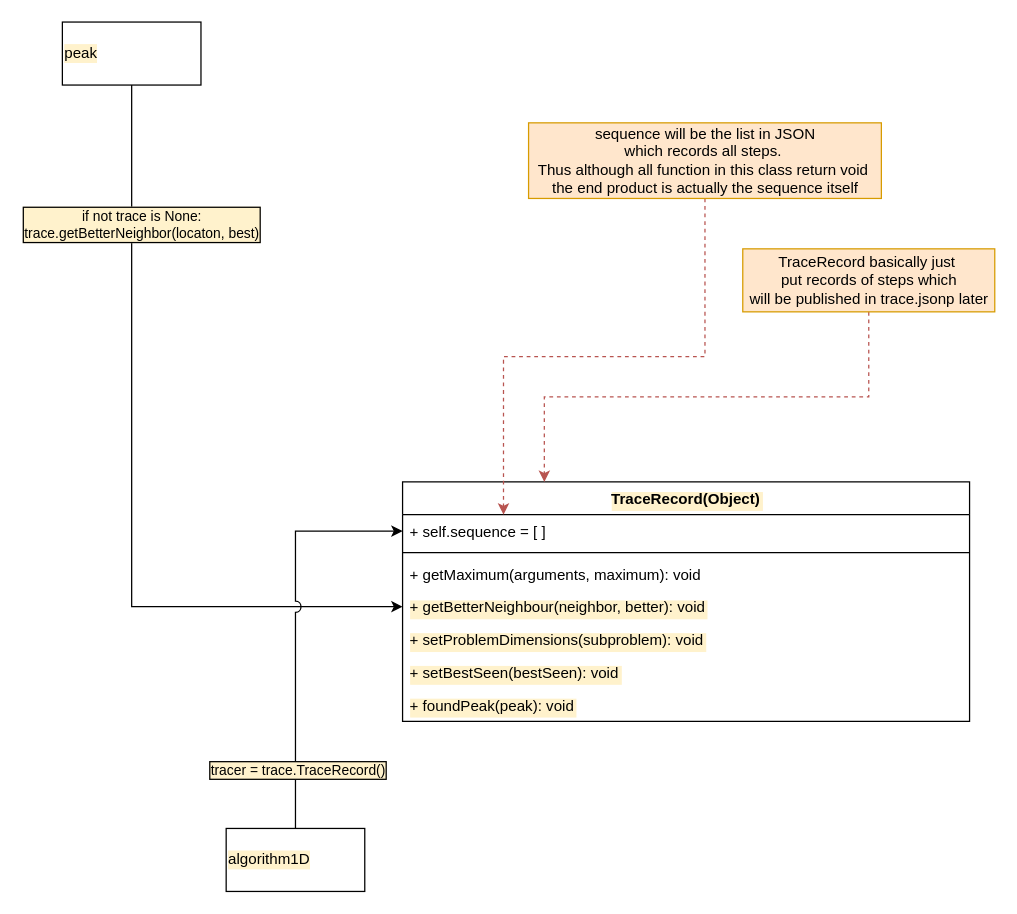
Before: page "trace" (3 of 5) of 6-006_python/rec01/rec01.drawio in m00racle/python_me, a draw.io diagram. Source tidied: cells renumbered, new cells numbered last; positions are measured from the earlier drawing's top-left corner, leaving out a move shared by most shapes. Both pictures are drawn from the tidied source at 126%, with x=0, y=0 at pixel (62, 21).
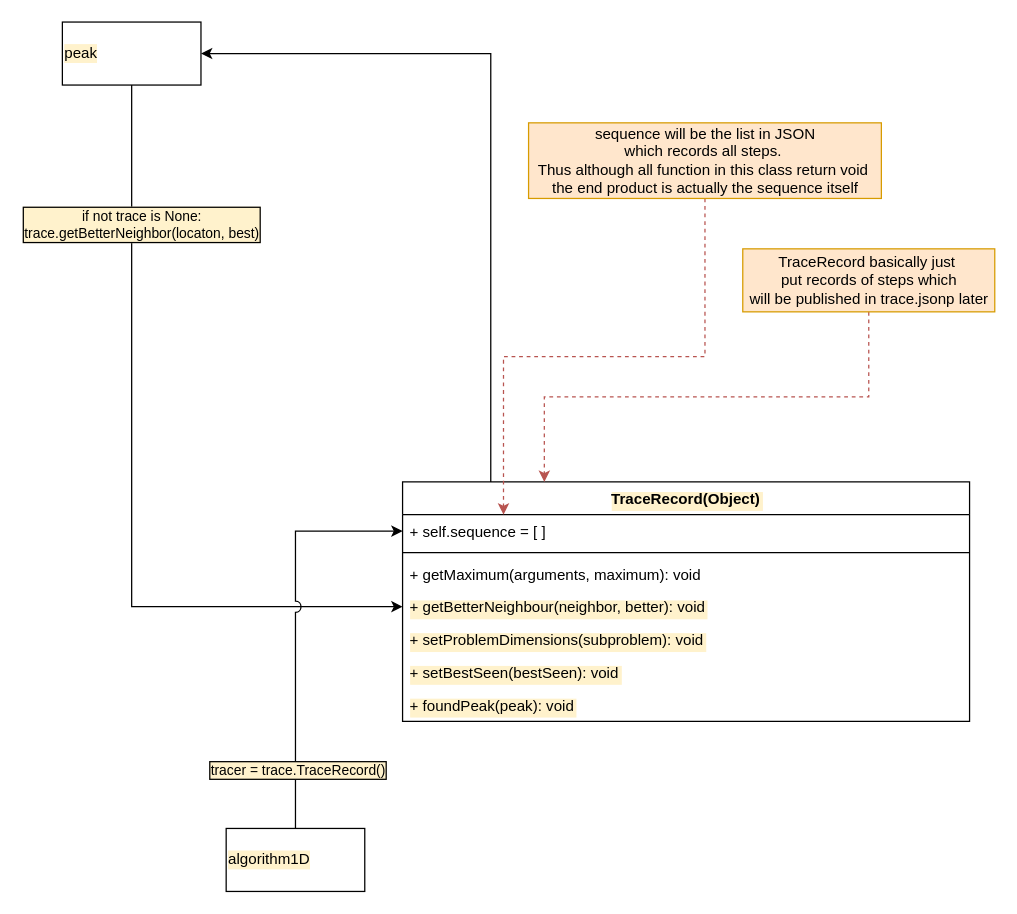
Above is the later version.

The change refers to these unchanged cells:
```xml
<mxCell id="4" value="peak" style="html=1;labelBackgroundColor=#FFF2CC;strokeColor=#000000;align=left;" parent="1" vertex="1">
  <mxGeometry width="110" height="50" as="geometry" />
</mxCell>
<mxCell id="5" value="TraceRecord(Object)" style="swimlane;fontStyle=1;align=center;verticalAlign=top;horizontal=1;startSize=26;labelBackgroundColor=#FFF2CC;strokeColor=#000000;" parent="1" vertex="1">
  <mxGeometry x="270" y="365" width="450" height="190" as="geometry" />
</mxCell>
```

The edit, as a diff of the source:
```diff
@@
+    <mxCell id="20" style="edgeStyle=orthogonalEdgeStyle;rounded=0;jettySize=auto;html=1;entryX=1;entryY=0.5;entryDx=0;entryDy=0;" parent="1" edge="1" source="5" target="4">
+      <mxGeometry relative="1" as="geometry">
+        <Array as="points">
+          <mxPoint x="340" y="25" />
+        </Array>
+      </mxGeometry>
+    </mxCell>
```
